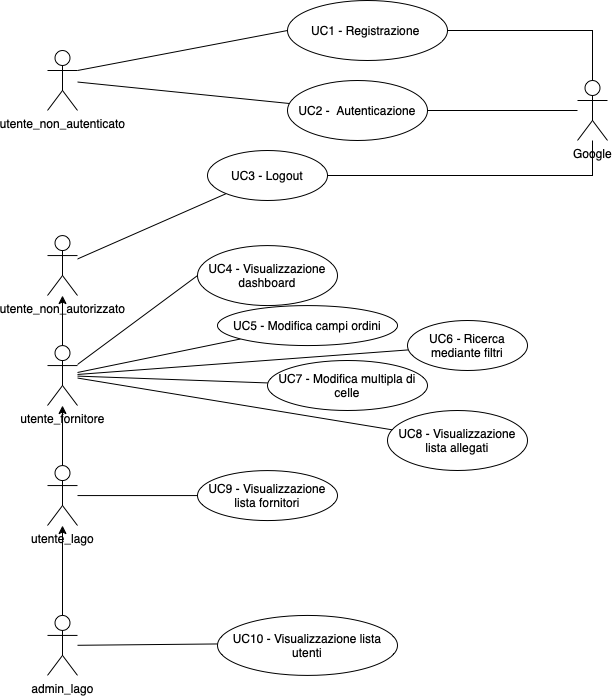
This is immagini/usecase/main-scenario.png from br3sc4/Thesis-template, a draw.io export, as it was before one commit. Source tidied: cells renumbered, new cells last; positions are measured from the earlier drawing's top-left corner, leaving out a move shared by most shapes.
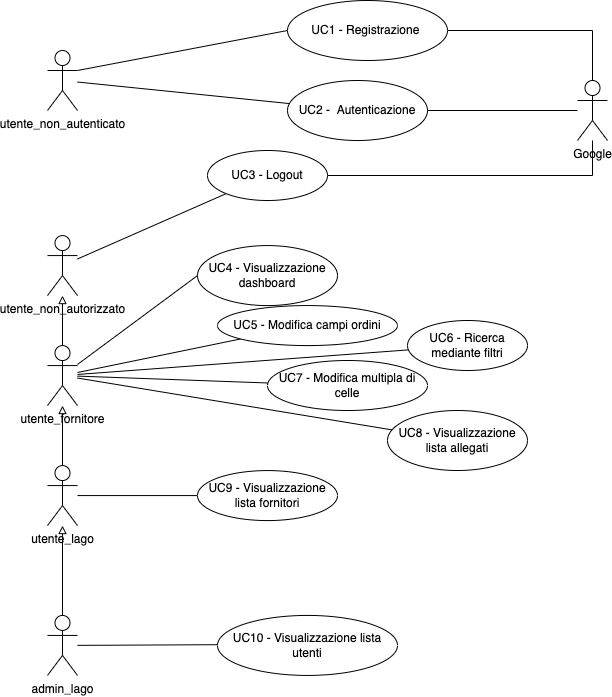
Later version of the same file.

Diff of the diagram source:
```diff
@@ -2,7 +2,7 @@
   <root>
     <mxCell id="0" />
     <mxCell id="1" parent="0" />
-    <mxCell id="2" style="edgeStyle=orthogonalEdgeStyle;rounded=0;jettySize=auto;html=1;exitX=0.5;exitY=0;exitDx=0;exitDy=0;exitPerimeter=0;startArrow=none;startFill=0;endArrow=classic;endFill=1;" parent="1" edge="1" source="4" target="15">
+    <mxCell id="2" style="edgeStyle=orthogonalEdgeStyle;rounded=0;jettySize=auto;html=1;exitX=0.5;exitY=0;exitDx=0;exitDy=0;exitPerimeter=0;startArrow=none;startFill=0;endArrow=block;endFill=0;" parent="1" edge="1" source="4" target="15">
       <mxGeometry relative="1" as="geometry" />
     </mxCell>
     <mxCell id="3" style="edgeStyle=none;rounded=0;jettySize=auto;html=1;startArrow=none;startFill=0;endArrow=none;endFill=0;entryX=0;entryY=0.5;entryDx=0;entryDy=0;" parent="1" edge="1" source="4" target="24">
@@ -32,7 +32,7 @@
     <mxCell id="11" style="edgeStyle=none;rounded=0;jettySize=auto;html=1;startArrow=none;startFill=0;endArrow=none;endFill=0;" parent="1" edge="1" source="15" target="23">
       <mxGeometry relative="1" as="geometry" />
     </mxCell>
-    <mxCell id="12" style="edgeStyle=none;rounded=0;jettySize=auto;html=1;startArrow=none;startFill=0;endArrow=classic;endFill=1;" parent="1" edge="1" source="15" target="26">
+    <mxCell id="12" style="edgeStyle=none;rounded=0;jettySize=auto;html=1;startArrow=none;startFill=0;endArrow=block;endFill=0;" parent="1" edge="1" source="15" target="26">
       <mxGeometry relative="1" as="geometry" />
     </mxCell>
     <mxCell id="13" style="edgeStyle=none;rounded=0;jettySize=auto;html=1;startArrow=none;startFill=0;endArrow=none;endFill=0;" parent="1" edge="1" source="15" target="29">
@@ -86,7 +86,7 @@
     <mxCell id="29" value="UC8 - Visualizzazione lista allegati" style="ellipse;whiteSpace=wrap;html=1;verticalAlign=middle;" parent="1" vertex="1">
       <mxGeometry x="340" y="410" width="140" height="60" as="geometry" />
     </mxCell>
-    <mxCell id="30" style="edgeStyle=orthogonalEdgeStyle;rounded=0;jettySize=auto;html=1;" parent="1" edge="1" source="32" target="4">
+    <mxCell id="30" style="edgeStyle=orthogonalEdgeStyle;rounded=0;jettySize=auto;html=1;endArrow=block;endFill=0;" parent="1" edge="1" source="32" target="4">
       <mxGeometry relative="1" as="geometry" />
     </mxCell>
     <mxCell id="31" style="rounded=0;jettySize=auto;html=1;endArrow=none;endFill=0;" parent="1" edge="1" source="32" target="33">
```
